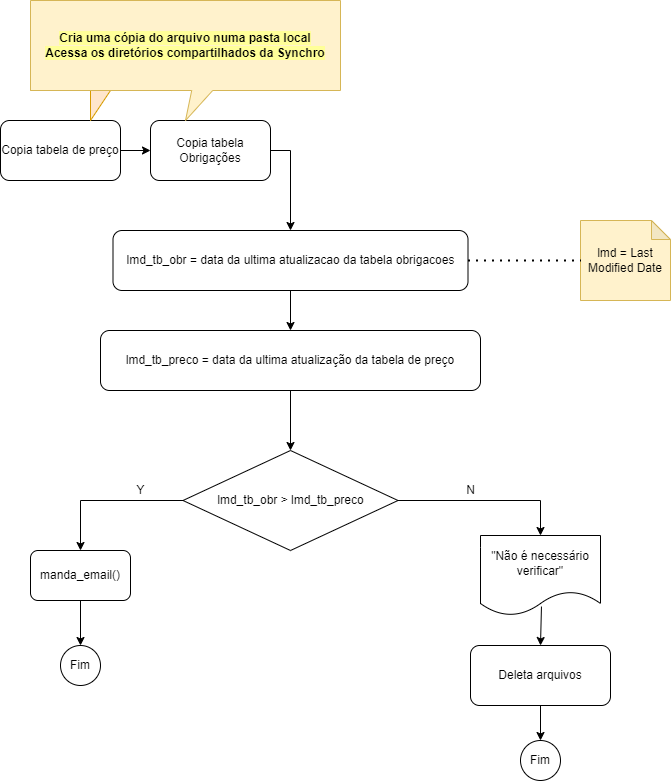
Earlier version of the draw.io export Notifica_metodo1.drawio.png (GiulioBernardi/fotos). Source tidied: cells renumbered, new cells last; positions are measured from the earlier drawing's top-left corner, leaving out a move shared by most shapes.
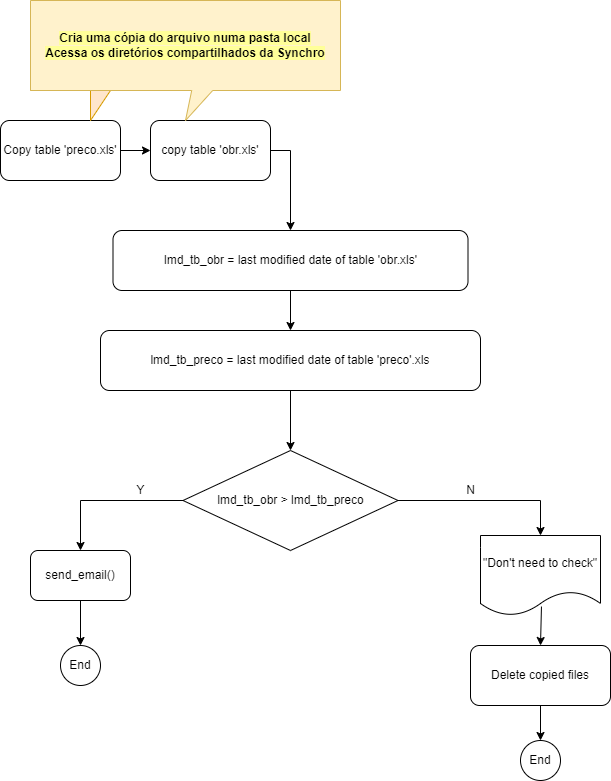
The same file after the commit.

Diff of the diagram source:
```diff
@@ -2,10 +2,10 @@
   <root>
     <mxCell id="0" />
     <mxCell id="1" parent="0" />
-    <mxCell id="2" value="lmd_tb_obr = data da ultima atualizacao da tabela obrigacoes" style="rounded=1;whiteSpace=wrap;html=1;" parent="1" vertex="1">
+    <mxCell id="2" value="lmd_tb_obr = last modified date of table 'obr.xls'" style="rounded=1;whiteSpace=wrap;html=1;" parent="1" vertex="1">
       <mxGeometry x="112.5" y="230" width="355" height="60" as="geometry" />
     </mxCell>
-    <mxCell id="3" value="lmd_tb_preco = data da ultima atualização da tabela de preço" style="rounded=1;whiteSpace=wrap;html=1;strokeWidth=1;perimeterSpacing=0;" parent="1" vertex="1">
+    <mxCell id="3" value="lmd_tb_preco = last modified date of table 'preco'.xls" style="rounded=1;whiteSpace=wrap;html=1;strokeWidth=1;perimeterSpacing=0;" parent="1" vertex="1">
       <mxGeometry x="100" y="330" width="380" height="60" as="geometry" />
     </mxCell>
     <mxCell id="4" style="endArrow=classic;html=1;rounded=0;exitX=0.5;exitY=1;exitDx=0;exitDy=0;entryX=0.5;entryY=0;entryDx=0;entryDy=0;" parent="1" edge="1" source="2" target="3">
@@ -14,7 +14,7 @@
     <mxCell id="5" value="lmd_tb_obr &amp;gt; lmd_tb_preco" style="rhombus;whiteSpace=wrap;html=1;" parent="1" vertex="1">
       <mxGeometry x="182.5" y="450" width="215" height="100" as="geometry" />
     </mxCell>
-    <mxCell id="6" value="manda_email()" style="rounded=1;whiteSpace=wrap;html=1;strokeWidth=1;" parent="1" vertex="1">
+    <mxCell id="6" value="send_email()" style="rounded=1;whiteSpace=wrap;html=1;strokeWidth=1;" parent="1" vertex="1">
       <mxGeometry x="30" y="550" width="100" height="50" as="geometry" />
     </mxCell>
     <mxCell id="7" style="endArrow=classic;html=1;rounded=0;exitX=0;exitY=0.5;exitDx=0;exitDy=0;entryX=0.5;entryY=0;entryDx=0;entryDy=0;" parent="1" edge="1" source="5" target="6">
@@ -24,16 +24,16 @@
         </Array>
       </mxGeometry>
     </mxCell>
-    <mxCell id="8" value="Fim" style="ellipse;whiteSpace=wrap;html=1;strokeWidth=1;" parent="1" vertex="1">
+    <mxCell id="8" value="End" style="ellipse;whiteSpace=wrap;html=1;strokeWidth=1;" parent="1" vertex="1">
       <mxGeometry x="520" y="740" width="40" height="40" as="geometry" />
     </mxCell>
     <mxCell id="9" value="Y" style="text;html=1;align=center;verticalAlign=middle;strokeColor=none;fillColor=none;" parent="1" vertex="1">
       <mxGeometry x="130" y="480" width="20" height="20" as="geometry" />
     </mxCell>
-    <mxCell id="10" value="Copia tabela de preço" style="rounded=1;whiteSpace=wrap;html=1;strokeWidth=1;" parent="1" vertex="1">
+    <mxCell id="10" value="Copy table 'preco.xls'" style="rounded=1;whiteSpace=wrap;html=1;strokeWidth=1;" parent="1" vertex="1">
       <mxGeometry y="120" width="120" height="60" as="geometry" />
     </mxCell>
-    <mxCell id="11" value="Copia tabela Obrigações" style="rounded=1;whiteSpace=wrap;html=1;strokeWidth=1;" parent="1" vertex="1">
+    <mxCell id="11" value="copy table 'obr.xls'" style="rounded=1;whiteSpace=wrap;html=1;strokeWidth=1;" parent="1" vertex="1">
       <mxGeometry x="150" y="120" width="120" height="60" as="geometry" />
     </mxCell>
     <mxCell id="12" style="endArrow=classic;html=1;rounded=0;exitX=1;exitY=0.5;exitDx=0;exitDy=0;entryX=0;entryY=0.5;entryDx=0;entryDy=0;" parent="1" edge="1" source="10" target="11">
@@ -49,7 +49,7 @@
     <mxCell id="14" style="endArrow=classic;html=1;rounded=0;exitX=0.5;exitY=1;exitDx=0;exitDy=0;entryX=0.5;entryY=0;entryDx=0;entryDy=0;" parent="1" edge="1" source="6" target="15">
       <mxGeometry relative="1" as="geometry" />
     </mxCell>
-    <mxCell id="15" value="Fim" style="ellipse;whiteSpace=wrap;html=1;strokeWidth=1;" parent="1" vertex="1">
+    <mxCell id="15" value="End" style="ellipse;whiteSpace=wrap;html=1;strokeWidth=1;" parent="1" vertex="1">
       <mxGeometry x="60" y="645" width="40" height="40" as="geometry" />
     </mxCell>
     <mxCell id="16" style="shape=callout;whiteSpace=wrap;html=1;perimeter=calloutPerimeter;fillColor=#ffe6cc;strokeColor=#d79b00;" parent="1" vertex="1">
@@ -58,13 +58,7 @@
     <mxCell id="17" value="&lt;span style=&quot;background-color: rgb(255 , 255 , 153)&quot;&gt;&lt;span style=&quot;color: rgb(0 , 0 , 0) ; font-family: &amp;#34;helvetica&amp;#34; ; font-size: 12px ; font-style: normal ; font-weight: 700 ; letter-spacing: normal ; text-align: center ; text-indent: 0px ; text-transform: none ; word-spacing: 0px ; display: inline ; float: none&quot;&gt;Cria uma cópia do arquivo numa pasta local&lt;/span&gt;&lt;br style=&quot;padding: 0px ; margin: 0px ; color: rgb(0 , 0 , 0) ; font-family: &amp;#34;helvetica&amp;#34; ; font-size: 12px ; font-style: normal ; font-weight: 700 ; letter-spacing: normal ; text-align: center ; text-indent: 0px ; text-transform: none ; word-spacing: 0px&quot;&gt;&lt;span style=&quot;color: rgb(0 , 0 , 0) ; font-family: &amp;#34;helvetica&amp;#34; ; font-size: 12px ; font-style: normal ; font-weight: 700 ; letter-spacing: normal ; text-align: center ; text-indent: 0px ; text-transform: none ; word-spacing: 0px ; display: inline ; float: none&quot;&gt;Acessa os diretórios compartilhados da Synchro&lt;/span&gt;&lt;/span&gt;" style="shape=callout;whiteSpace=wrap;html=1;perimeter=calloutPerimeter;base=21;size=30;position=0.52;fillColor=#fff2cc;strokeColor=#d6b656;gradientColor=none;strokeWidth=1;shadow=0;sketch=0;" parent="1" vertex="1">
       <mxGeometry x="30" width="310" height="120" as="geometry" />
     </mxCell>
-    <mxCell id="18" value="lmd = Last Modified Date" style="shape=note;whiteSpace=wrap;html=1;backgroundOutline=1;darkOpacity=0.05;size=19;fillColor=#fff2cc;strokeColor=#d6b656;" parent="1" vertex="1">
-      <mxGeometry x="580" y="220" width="90" height="80" as="geometry" />
-    </mxCell>
-    <mxCell id="19" style="endArrow=none;dashed=1;html=1;dashPattern=1 3;strokeWidth=2;rounded=0;exitX=1;exitY=0.5;exitDx=0;exitDy=0;entryX=0;entryY=0.5;entryDx=0;entryDy=0;entryPerimeter=0;" parent="1" edge="1" source="2" target="18">
-      <mxGeometry relative="1" as="geometry" />
-    </mxCell>
-    <mxCell id="20" value="Deleta arquivos" style="rounded=1;whiteSpace=wrap;html=1;" parent="1" vertex="1">
+    <mxCell id="20" value="Delete copied files" style="rounded=1;whiteSpace=wrap;html=1;" parent="1" vertex="1">
       <mxGeometry x="470" y="645" width="140" height="60" as="geometry" />
     </mxCell>
     <mxCell id="21" style="endArrow=classic;html=1;rounded=0;exitX=0.508;exitY=0.888;exitDx=0;exitDy=0;entryX=0.5;entryY=0;entryDx=0;entryDy=0;exitPerimeter=0;" parent="1" edge="1" source="26" target="20">
@@ -86,7 +80,7 @@
     <mxCell id="25" value="N" style="text;html=1;align=center;verticalAlign=middle;strokeColor=none;fillColor=none;" parent="1" vertex="1">
       <mxGeometry x="460" y="480" width="20" height="20" as="geometry" />
     </mxCell>
-    <mxCell id="26" value="&quot;Não é necessário verificar&quot;" style="shape=document;whiteSpace=wrap;html=1;boundedLbl=1;" parent="1" vertex="1">
+    <mxCell id="26" value="&quot;Don't need to check&quot;" style="shape=document;whiteSpace=wrap;html=1;boundedLbl=1;" parent="1" vertex="1">
       <mxGeometry x="480" y="535" width="120" height="80" as="geometry" />
     </mxCell>
   </root>
```
